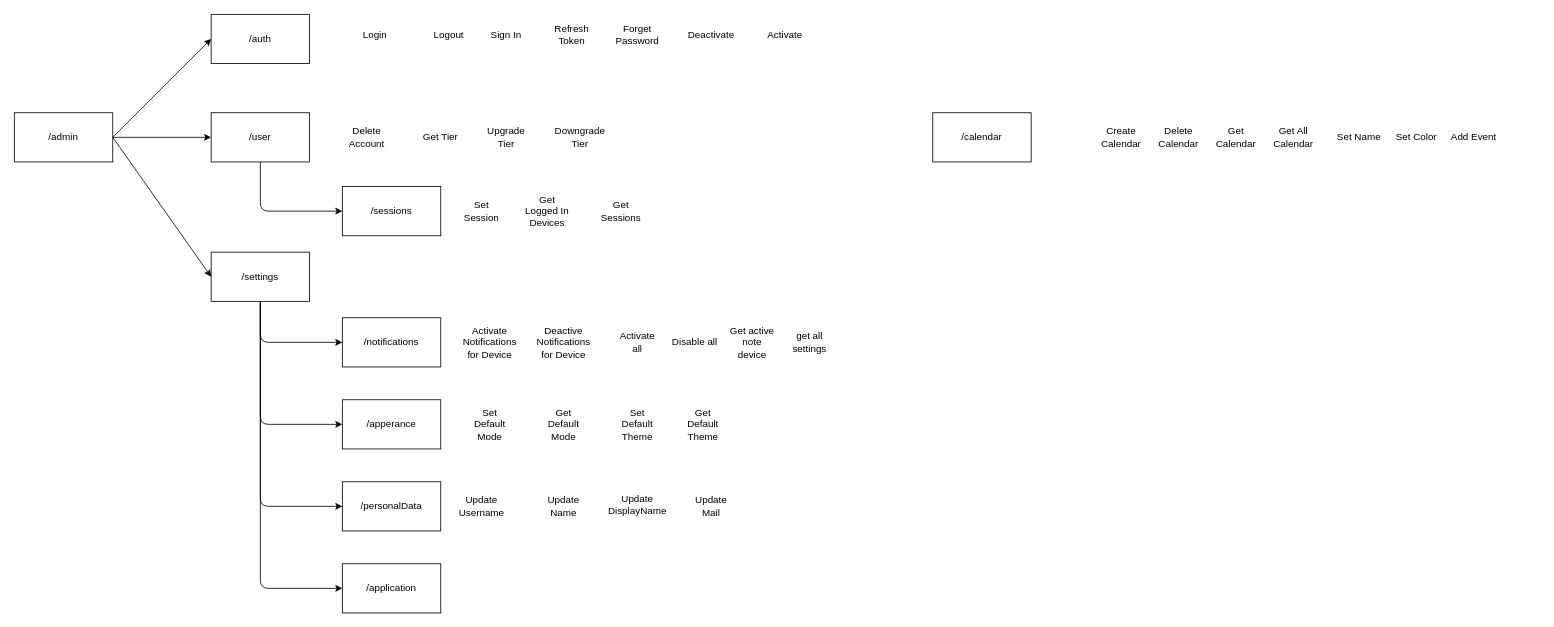
The draw.io diagram Architecture/Backend.drawio in TodoXpress/Documentation, before the edit. Source tidied: cells renumbered, new cells numbered last; positions are measured from the earlier drawing's top-left corner, leaving out a move shared by most shapes. Both pictures are drawn from the tidied source at 82%, with x=0, y=0 at pixel (14, 14).
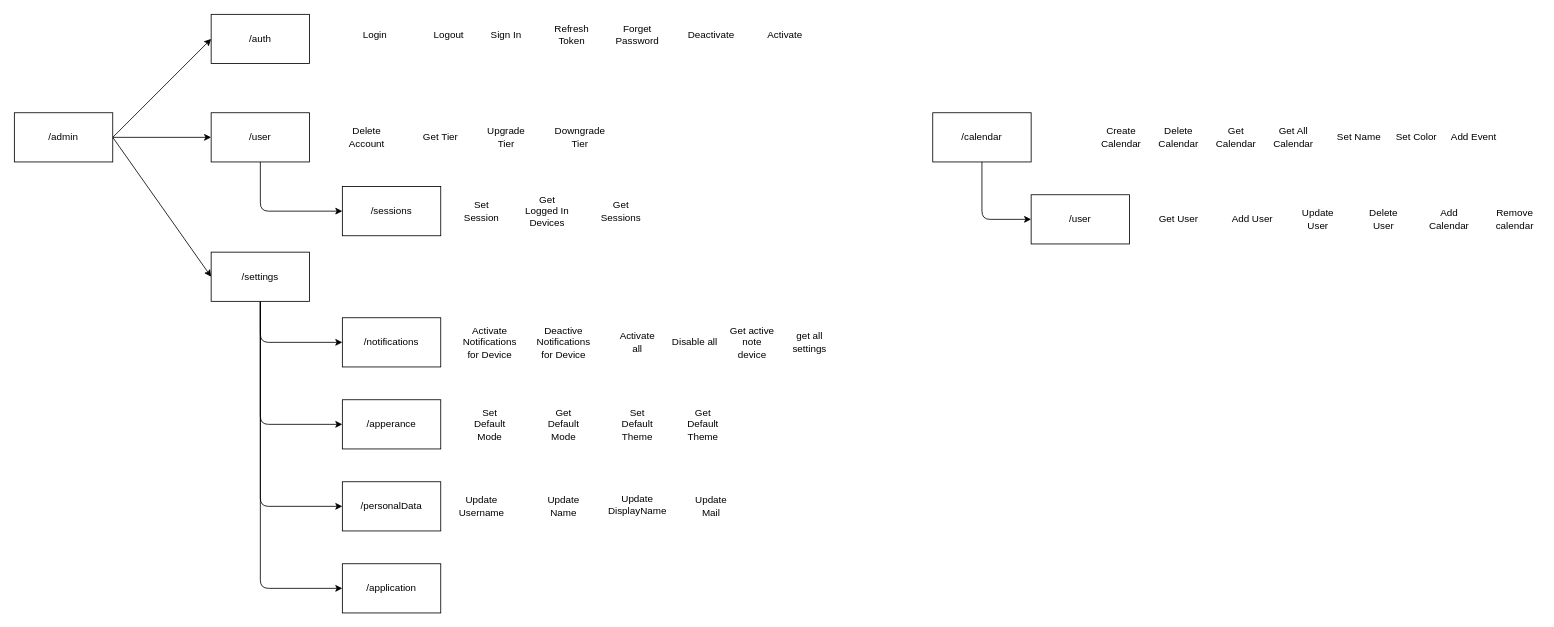
The same diagram, later.

Commit message:
add user endpoint

The change refers to these unchanged cells:
```xml
<mxCell id="47" value="/calendar" style="rounded=0;whiteSpace=wrap;html=1;" parent="1" vertex="1">
  <mxGeometry x="1120" y="120" width="120" height="60" as="geometry" />
</mxCell>
```

Change to the diagram source:
```diff
@@
+    <mxCell id="55" style="edgeStyle=none;html=1;entryX=0;entryY=0.5;entryDx=0;entryDy=0;" parent="1" edge="1" source="47" target="56">
+      <mxGeometry relative="1" as="geometry">
+        <Array as="points">
+          <mxPoint x="1180" y="250" />
+        </Array>
+      </mxGeometry>
+    </mxCell>
@@
+    <mxCell id="56" value="/user" style="rounded=0;whiteSpace=wrap;html=1;" parent="1" vertex="1">
+      <mxGeometry x="1240" y="220" width="120" height="60" as="geometry" />
+    </mxCell>
+    <mxCell id="57" value="Get User" style="text;html=1;strokeColor=none;fillColor=none;align=center;verticalAlign=middle;whiteSpace=wrap;rounded=0;" parent="1" vertex="1">
+      <mxGeometry x="1390" y="235" width="60" height="30" as="geometry" />
+    </mxCell>
+    <mxCell id="58" value="Add User" style="text;html=1;strokeColor=none;fillColor=none;align=center;verticalAlign=middle;whiteSpace=wrap;rounded=0;" parent="1" vertex="1">
+      <mxGeometry x="1480" y="235" width="60" height="30" as="geometry" />
+    </mxCell>
+    <mxCell id="59" value="Update User" style="text;html=1;strokeColor=none;fillColor=none;align=center;verticalAlign=middle;whiteSpace=wrap;rounded=0;" parent="1" vertex="1">
+      <mxGeometry x="1560" y="235" width="60" height="30" as="geometry" />
+    </mxCell>
+    <mxCell id="60" value="Delete User" style="text;html=1;strokeColor=none;fillColor=none;align=center;verticalAlign=middle;whiteSpace=wrap;rounded=0;" parent="1" vertex="1">
+      <mxGeometry x="1640" y="235" width="60" height="30" as="geometry" />
+    </mxCell>
+    <mxCell id="61" value="Add Calendar" style="text;html=1;strokeColor=none;fillColor=none;align=center;verticalAlign=middle;whiteSpace=wrap;rounded=0;" parent="1" vertex="1">
+      <mxGeometry x="1720" y="235" width="60" height="30" as="geometry" />
+    </mxCell>
+    <mxCell id="62" value="Remove calendar" style="text;html=1;strokeColor=none;fillColor=none;align=center;verticalAlign=middle;whiteSpace=wrap;rounded=0;" parent="1" vertex="1">
+      <mxGeometry x="1800" y="235" width="60" height="30" as="geometry" />
+    </mxCell>
```
